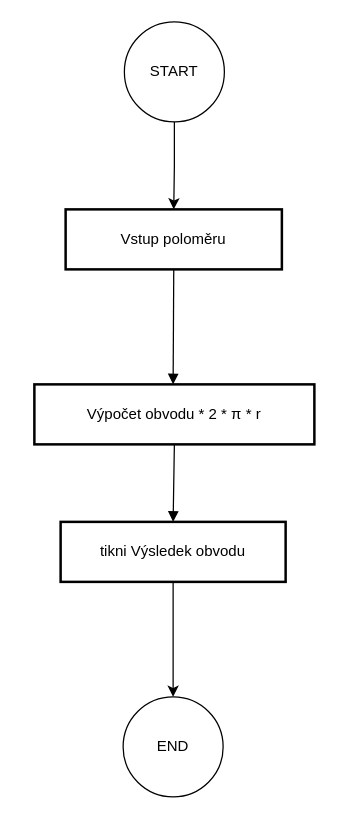
hellotuba/diagrams keeps this draw.io diagram as Diagram bez názvu.drawio. Above is the earlier version. Source tidied: cells renumbered, new cells numbered last; positions are measured from the earlier drawing's top-left corner, leaving out a move shared by most shapes. Both pictures are drawn from the tidied source at 125%, with x=0, y=0 at pixel (34, 21).
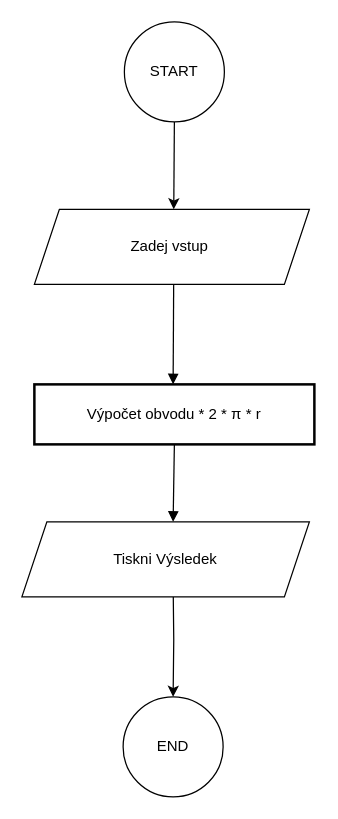
Above is the later version.

Change to the diagram source:
```diff
@@
 <mxGraphModel>
   <root>
     <mxCell id="0" />
     <mxCell id="1" parent="0" />
-    <mxCell id="2" value="Vstup poloměru" style="whiteSpace=wrap;strokeWidth=2;" parent="1" vertex="1">
-      <mxGeometry x="25" y="150" width="173" height="48" as="geometry" />
-    </mxCell>
     <mxCell id="3" value="Výpočet obvodu * 2 * π * r" style="whiteSpace=wrap;strokeWidth=2;" parent="1" vertex="1">
       <mxGeometry y="290" width="224" height="48" as="geometry" />
     </mxCell>
-    <mxCell id="4" style="edgeStyle=orthogonalEdgeStyle;rounded=0;jettySize=auto;html=1;exitX=0.5;exitY=1;exitDx=0;exitDy=0;" parent="1" edge="1" source="5" target="10">
-      <mxGeometry relative="1" as="geometry" />
+    <mxCell id="4" style="edgeStyle=orthogonalEdgeStyle;rounded=0;jettySize=auto;html=1;exitX=0.5;exitY=1;exitDx=0;exitDy=0;" parent="1" edge="1" target="10">
+      <mxGeometry relative="1" as="geometry">
+        <mxPoint x="111" y="448" as="sourcePoint" />
+      </mxGeometry>
     </mxCell>
-    <mxCell id="5" value="tikni Výsledek obvodu" style="whiteSpace=wrap;strokeWidth=2;" parent="1" vertex="1">
-      <mxGeometry x="21" y="400" width="180" height="48" as="geometry" />
-    </mxCell>
-    <mxCell id="6" style="curved=1;startArrow=none;endArrow=block;exitX=0.5;exitY=1.01;entryX=0.5;entryY=0;entryDx=0;entryDy=0;" parent="1" edge="1" source="2">
+    <mxCell id="6" style="curved=1;startArrow=none;endArrow=block;exitX=0.5;exitY=1.01;entryX=0.5;entryY=0;entryDx=0;entryDy=0;" parent="1" edge="1">
       <mxGeometry relative="1" as="geometry">
+        <mxPoint x="111.5" y="198" as="sourcePoint" />
         <mxPoint x="111" y="290" as="targetPoint" />
       </mxGeometry>
     </mxCell>
-    <mxCell id="7" style="curved=1;startArrow=none;endArrow=block;exitX=0.5;exitY=1.01;entryX=0.5;entryY=-0.01;" parent="1" edge="1" source="3" target="5">
-      <mxGeometry relative="1" as="geometry" />
+    <mxCell id="7" style="curved=1;startArrow=none;endArrow=block;exitX=0.5;exitY=1.01;entryX=0.5;entryY=-0.01;" parent="1" edge="1" source="3">
+      <mxGeometry relative="1" as="geometry">
+        <mxPoint x="111" y="400" as="targetPoint" />
+      </mxGeometry>
     </mxCell>
-    <mxCell id="8" style="edgeStyle=orthogonalEdgeStyle;rounded=0;jettySize=auto;html=1;exitX=0.5;exitY=1;exitDx=0;exitDy=0;entryX=0.5;entryY=0;entryDx=0;entryDy=0;" parent="1" edge="1" source="9" target="2">
-      <mxGeometry relative="1" as="geometry" />
+    <mxCell id="8" style="edgeStyle=orthogonalEdgeStyle;rounded=0;jettySize=auto;html=1;exitX=0.5;exitY=1;exitDx=0;exitDy=0;entryX=0.5;entryY=0;entryDx=0;entryDy=0;" parent="1" edge="1" source="9">
+      <mxGeometry relative="1" as="geometry">
+        <mxPoint x="111.5" y="150" as="targetPoint" />
+      </mxGeometry>
     </mxCell>
     <mxCell id="9" value="START" style="ellipse;whiteSpace=wrap;html=1;" parent="1" vertex="1">
       <mxGeometry x="72" width="80" height="80" as="geometry" />
     </mxCell>
     <mxCell id="10" value="END" style="ellipse;whiteSpace=wrap;html=1;" parent="1" vertex="1">
       <mxGeometry x="71" y="540" width="80" height="80" as="geometry" />
     </mxCell>
+    <mxCell id="11" value="Tiskni Výsledek" style="shape=parallelogram;perimeter=parallelogramPerimeter;whiteSpace=wrap;html=1;fixedSize=1;" parent="1" vertex="1">
+      <mxGeometry x="-10" y="400" width="230" height="60" as="geometry" />
+    </mxCell>
+    <mxCell id="12" value="Zadej vstup&amp;nbsp;" style="shape=parallelogram;perimeter=parallelogramPerimeter;whiteSpace=wrap;html=1;fixedSize=1;" parent="1" vertex="1">
+      <mxGeometry y="150" width="220" height="60" as="geometry" />
+    </mxCell>
   </root>
 </mxGraphModel>
```
